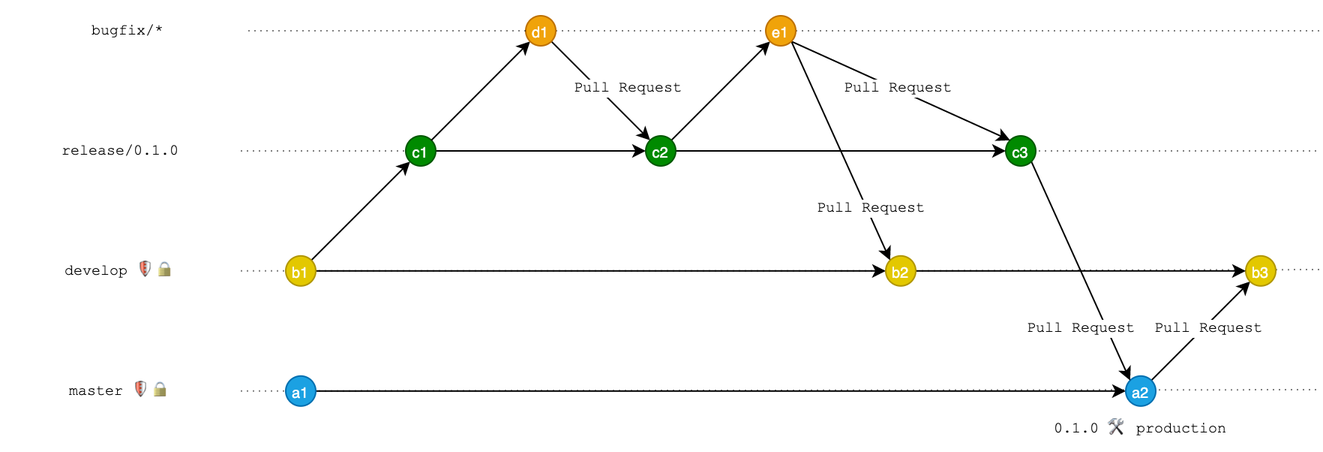
This is public/images/git_branching_model_release_branch.png from Ethenyl/Ethenyl.github.io, a draw.io export, as it was before one commit. Source tidied: cells renumbered, new cells last; positions are measured from the earlier drawing's top-left corner, leaving out a move shared by most shapes.
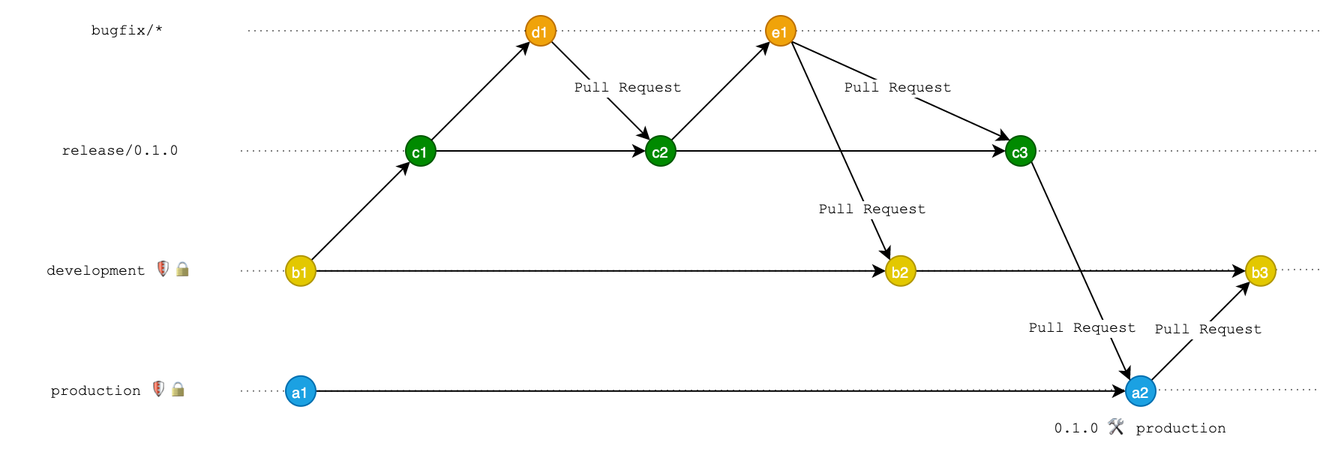
After the change.

The edit, as a diff of the source:
```diff
@@ -29,10 +29,10 @@
         <mxPoint x="880" y="100" as="targetPoint" />
       </mxGeometry>
     </mxCell>
-    <mxCell id="7" value="master 🛡🔒" style="text;html=1;strokeColor=none;fillColor=none;align=center;verticalAlign=middle;whiteSpace=wrap;rounded=0;fontFamily=Courier New;fontSize=10;" parent="1" vertex="1">
+    <mxCell id="7" value="production 🛡🔒" style="text;html=1;strokeColor=none;fillColor=none;align=center;verticalAlign=middle;whiteSpace=wrap;rounded=0;fontFamily=Courier New;fontSize=10;" parent="1" vertex="1">
       <mxGeometry y="239.9" width="160" height="40" as="geometry" />
     </mxCell>
-    <mxCell id="8" value="develop 🛡🔒" style="text;html=1;strokeColor=none;fillColor=none;align=center;verticalAlign=middle;whiteSpace=wrap;rounded=0;fontFamily=Courier New;fontSize=10;" parent="1" vertex="1">
+    <mxCell id="8" value="development 🛡🔒" style="text;html=1;strokeColor=none;fillColor=none;align=center;verticalAlign=middle;whiteSpace=wrap;rounded=0;fontFamily=Courier New;fontSize=10;" parent="1" vertex="1">
       <mxGeometry y="159.9" width="160" height="40" as="geometry" />
     </mxCell>
     <mxCell id="9" style="edgeStyle=none;rounded=0;jumpSize=6;jettySize=auto;html=0;exitX=1;exitY=0;exitDx=0;exitDy=0;entryX=0;entryY=1;entryDx=0;entryDy=0;shadow=0;strokeColor=#000000;strokeWidth=1;fillColor=#ffffff;fontFamily=Courier New;fontSize=10;" parent="1" edge="1" source="40" target="14">
```
